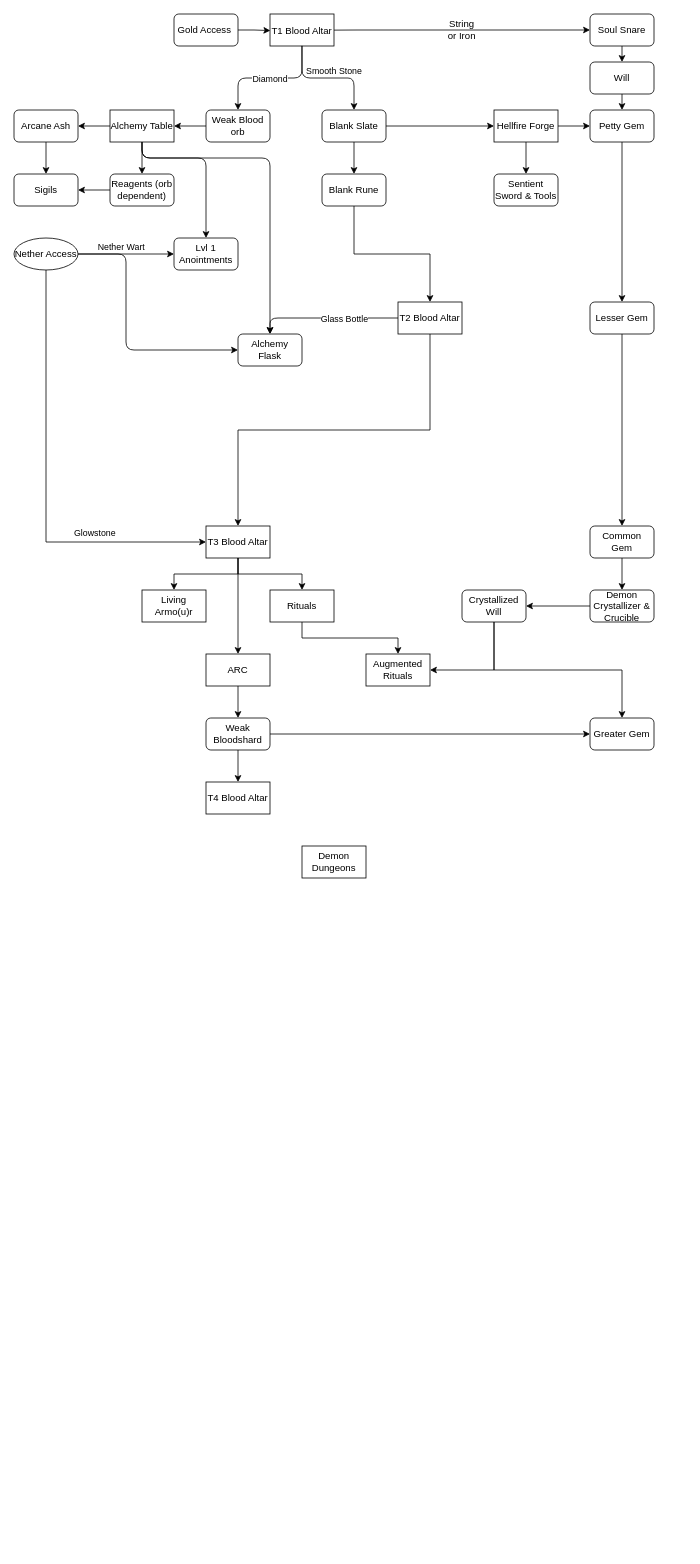
WayofTime/BloodMagic keeps this draw.io diagram as BM3 Progression.drawio. Above is the earlier version. Source tidied: cells renumbered, new cells numbered last; positions are measured from the earlier drawing's top-left corner, leaving out a move shared by most shapes. Both pictures are drawn from the tidied source at 80%, with x=0, y=0 at pixel (14, 14).
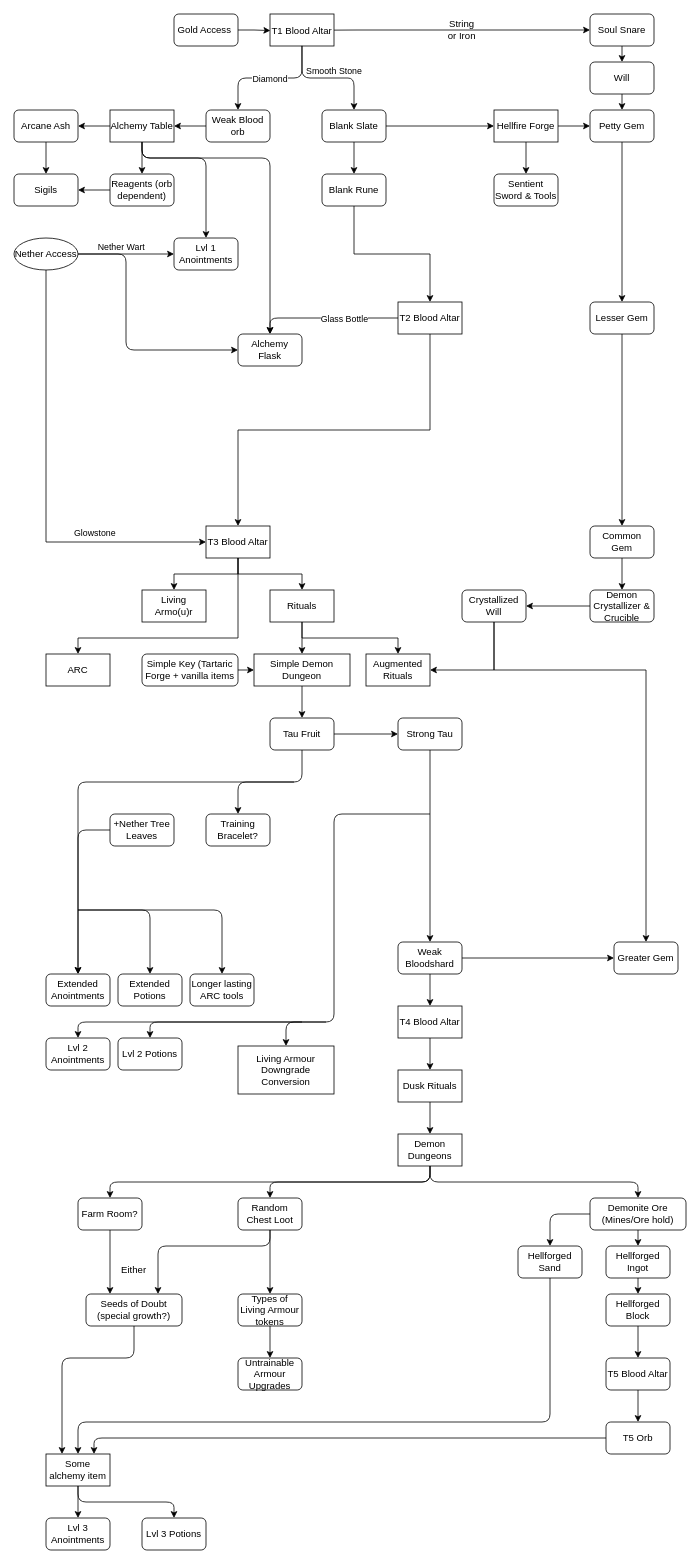
The same page after the edit.

The change refers to these unchanged cells:
```xml
<mxCell id="46" value="T3 Blood Altar" style="rounded=0;whiteSpace=wrap;html=1;glass=0;" parent="1" vertex="1">
  <mxGeometry x="240" y="640" width="80" height="40" as="geometry" />
</mxCell>
<mxCell id="59" value="Rituals" style="rounded=0;whiteSpace=wrap;html=1;glass=0;" parent="1" vertex="1">
  <mxGeometry x="320" y="720" width="80" height="40" as="geometry" />
</mxCell>
<mxCell id="65" value="Crystallized Will" style="rounded=1;whiteSpace=wrap;html=1;glass=0;" parent="1" vertex="1">
  <mxGeometry x="560" y="720" width="80" height="40" as="geometry" />
</mxCell>
```

The edit, as a diff of the source:
```diff
@@
     <mxCell id="45" style="edgeStyle=orthogonalEdgeStyle;rounded=0;jettySize=auto;html=1;exitX=0.5;exitY=1;exitDx=0;exitDy=0;entryX=0.5;entryY=0;entryDx=0;entryDy=0;" parent="1" edge="1" source="46" target="69">
-      <mxGeometry relative="1" as="geometry" />
+      <mxGeometry relative="1" as="geometry">
+        <Array as="points">
+          <mxPoint x="280" y="780" />
+          <mxPoint x="80" y="780" />
+        </Array>
+      </mxGeometry>
     </mxCell>
@@
     <mxCell id="64" style="edgeStyle=orthogonalEdgeStyle;rounded=0;jettySize=auto;html=1;exitX=0.5;exitY=1;exitDx=0;exitDy=0;entryX=0.5;entryY=0;entryDx=0;entryDy=0;" parent="1" edge="1" source="65" target="67">
       <mxGeometry relative="1" as="geometry">
         <Array as="points">
           <mxPoint x="600" y="820" />
-          <mxPoint x="760" y="820" />
+          <mxPoint x="790" y="820" />
         </Array>
       </mxGeometry>
     </mxCell>
@@
     <mxCell id="67" value="Greater Gem" style="rounded=1;whiteSpace=wrap;html=1;glass=0;" parent="1" vertex="1">
-      <mxGeometry x="720" y="880" width="80" height="40" as="geometry" />
+      <mxGeometry x="750" y="1160" width="80" height="40" as="geometry" />
     </mxCell>
-    <mxCell id="68" style="edgeStyle=orthogonalEdgeStyle;rounded=0;jettySize=auto;html=1;exitX=0.5;exitY=1;exitDx=0;exitDy=0;entryX=0.5;entryY=0;entryDx=0;entryDy=0;" parent="1" edge="1" source="69" target="72">
-      <mxGeometry relative="1" as="geometry" />
-    </mxCell>
     <mxCell id="69" value="ARC" style="rounded=0;whiteSpace=wrap;html=1;glass=0;" parent="1" vertex="1">
-      <mxGeometry x="240" y="800" width="80" height="40" as="geometry" />
+      <mxGeometry x="40" y="800" width="80" height="40" as="geometry" />
     </mxCell>
@@
     <mxCell id="72" value="Weak Bloodshard" style="rounded=1;whiteSpace=wrap;html=1;glass=0;" parent="1" vertex="1">
-      <mxGeometry x="240" y="880" width="80" height="40" as="geometry" />
+      <mxGeometry x="480" y="1160" width="80" height="40" as="geometry" />
     </mxCell>
+    <mxCell id="75" style="edgeStyle=orthogonalEdgeStyle;rounded=0;jettySize=auto;html=1;entryX=0.5;entryY=0;entryDx=0;entryDy=0;" parent="1" edge="1" source="73" target="81">
+      <mxGeometry relative="1" as="geometry" />
+    </mxCell>
     <mxCell id="73" value="T4 Blood Altar" style="rounded=0;whiteSpace=wrap;html=1;glass=0;" parent="1" vertex="1">
-      <mxGeometry x="240" y="960" width="80" height="40" as="geometry" />
+      <mxGeometry x="480" y="1240" width="80" height="40" as="geometry" />
     </mxCell>
     <mxCell id="74" value="Demon Dungeons" style="rounded=0;whiteSpace=wrap;html=1;glass=0;" parent="1" vertex="1">
-      <mxGeometry x="360" y="1040" width="80" height="40" as="geometry" />
+      <mxGeometry x="480" y="1400" width="80" height="40" as="geometry" />
     </mxCell>
+    <mxCell id="76" style="edgeStyle=orthogonalEdgeStyle;rounded=0;jettySize=auto;html=1;exitX=0.5;exitY=1;exitDx=0;exitDy=0;entryX=0.5;entryY=0;entryDx=0;entryDy=0;" parent="1" edge="1" source="77" target="80">
+      <mxGeometry relative="1" as="geometry" />
+    </mxCell>
+    <mxCell id="77" value="Simple Demon Dungeon" style="rounded=0;whiteSpace=wrap;html=1;" parent="1" vertex="1">
+      <mxGeometry x="300" y="800" width="120" height="40" as="geometry" />
+    </mxCell>
+    <mxCell id="78" style="endArrow=classic;html=1;exitX=0.5;exitY=1;exitDx=0;exitDy=0;entryX=0.5;entryY=0;entryDx=0;entryDy=0;" parent="1" edge="1" source="59" target="77">
+      <mxGeometry relative="1" as="geometry" />
+    </mxCell>
+    <mxCell id="79" style="edgeStyle=orthogonalEdgeStyle;rounded=0;jettySize=auto;html=1;exitX=1;exitY=0.5;exitDx=0;exitDy=0;entryX=0;entryY=0.5;entryDx=0;entryDy=0;" parent="1" edge="1" source="80" target="83">
+      <mxGeometry relative="1" as="geometry" />
+    </mxCell>
+    <mxCell id="80" value="Tau Fruit" style="rounded=1;whiteSpace=wrap;html=1;" parent="1" vertex="1">
+      <mxGeometry x="320" y="880" width="80" height="40" as="geometry" />
+    </mxCell>
+    <mxCell id="81" value="Dusk Rituals" style="rounded=0;whiteSpace=wrap;html=1;" parent="1" vertex="1">
+      <mxGeometry x="480" y="1320" width="80" height="40" as="geometry" />
+    </mxCell>
+    <mxCell id="82" style="edgeStyle=orthogonalEdgeStyle;rounded=0;jettySize=auto;html=1;exitX=0.5;exitY=1;exitDx=0;exitDy=0;entryX=0.5;entryY=0;entryDx=0;entryDy=0;" parent="1" edge="1" source="83" target="72">
+      <mxGeometry relative="1" as="geometry">
+        <Array as="points">
+          <mxPoint x="520" y="970" />
+          <mxPoint x="520" y="970" />
+        </Array>
+      </mxGeometry>
+    </mxCell>
+    <mxCell id="83" value="Strong Tau" style="rounded=1;whiteSpace=wrap;html=1;" parent="1" vertex="1">
+      <mxGeometry x="480" y="880" width="80" height="40" as="geometry" />
+    </mxCell>
+    <mxCell id="84" value="Extended Anointments" style="rounded=1;whiteSpace=wrap;html=1;" parent="1" vertex="1">
+      <mxGeometry x="40" y="1200" width="80" height="40" as="geometry" />
+    </mxCell>
+    <mxCell id="85" style="endArrow=classic;html=1;exitX=0.5;exitY=1;exitDx=0;exitDy=0;entryX=0.5;entryY=0;entryDx=0;entryDy=0;" parent="1" edge="1" source="80" target="84">
+      <mxGeometry relative="1" as="geometry">
+        <Array as="points">
+          <mxPoint x="360" y="960" />
+          <mxPoint x="80" y="960" />
+          <mxPoint x="80" y="1080" />
+        </Array>
+      </mxGeometry>
+    </mxCell>
+    <mxCell id="86" value="Longer lasting ARC tools" style="rounded=1;whiteSpace=wrap;html=1;" parent="1" vertex="1">
+      <mxGeometry x="220" y="1200" width="80" height="40" as="geometry" />
+    </mxCell>
+    <mxCell id="87" style="endArrow=classic;html=1;entryX=0.5;entryY=0;entryDx=0;entryDy=0;" parent="1" edge="1" target="86">
+      <mxGeometry relative="1" as="geometry">
+        <mxPoint x="80" y="1120" as="sourcePoint" />
+        <Array as="points">
+          <mxPoint x="140" y="1120" />
+          <mxPoint x="260" y="1120" />
+        </Array>
+      </mxGeometry>
+    </mxCell>
+    <mxCell id="88" value="Extended Potions" style="rounded=1;whiteSpace=wrap;html=1;" parent="1" vertex="1">
+      <mxGeometry x="130" y="1200" width="80" height="40" as="geometry" />
+    </mxCell>
+    <mxCell id="89" style="endArrow=classic;html=1;entryX=0.5;entryY=0;entryDx=0;entryDy=0;" parent="1" edge="1" target="88">
+      <mxGeometry relative="1" as="geometry">
+        <mxPoint x="80" y="1120" as="sourcePoint" />
+        <Array as="points">
+          <mxPoint x="170" y="1120" />
+        </Array>
+      </mxGeometry>
+    </mxCell>
+    <mxCell id="90" value="Lvl 2 Anointments" style="rounded=1;whiteSpace=wrap;html=1;" parent="1" vertex="1">
+      <mxGeometry x="40" y="1280" width="80" height="40" as="geometry" />
+    </mxCell>
+    <mxCell id="91" style="endArrow=classic;html=1;entryX=0.5;entryY=0;entryDx=0;entryDy=0;" parent="1" edge="1" target="90">
+      <mxGeometry relative="1" as="geometry">
+        <mxPoint x="520" y="1000" as="sourcePoint" />
+        <Array as="points">
+          <mxPoint x="400" y="1000" />
+          <mxPoint x="400" y="1260" />
+          <mxPoint x="80" y="1260" />
+        </Array>
+      </mxGeometry>
+    </mxCell>
+    <mxCell id="92" value="Lvl 2 Potions" style="rounded=1;whiteSpace=wrap;html=1;" parent="1" vertex="1">
+      <mxGeometry x="130" y="1280" width="80" height="40" as="geometry" />
+    </mxCell>
+    <mxCell id="93" style="endArrow=classic;html=1;entryX=0.5;entryY=0;entryDx=0;entryDy=0;" parent="1" edge="1" target="92">
+      <mxGeometry relative="1" as="geometry">
+        <mxPoint x="360" y="1260" as="sourcePoint" />
+        <Array as="points">
+          <mxPoint x="170" y="1260" />
+        </Array>
+      </mxGeometry>
+    </mxCell>
+    <mxCell id="94" value="+Nether Tree Leaves" style="rounded=1;whiteSpace=wrap;html=1;" parent="1" vertex="1">
+      <mxGeometry x="120" y="1000" width="80" height="40" as="geometry" />
+    </mxCell>
+    <mxCell id="95" style="endArrow=classic;html=1;exitX=0;exitY=0.5;exitDx=0;exitDy=0;" parent="1" edge="1" source="94">
+      <mxGeometry relative="1" as="geometry">
+        <mxPoint x="80" y="1200" as="targetPoint" />
+        <Array as="points">
+          <mxPoint x="80" y="1020" />
+        </Array>
+      </mxGeometry>
+    </mxCell>
+    <mxCell id="96" style="endArrow=classic;html=1;exitX=0.5;exitY=1;exitDx=0;exitDy=0;entryX=0.5;entryY=0;entryDx=0;entryDy=0;" parent="1" edge="1" source="81" target="74">
+      <mxGeometry relative="1" as="geometry" />
+    </mxCell>
+    <mxCell id="97" style="edgeStyle=orthogonalEdgeStyle;rounded=0;jettySize=auto;html=1;exitX=0.5;exitY=1;exitDx=0;exitDy=0;entryX=0.5;entryY=0;entryDx=0;entryDy=0;" parent="1" edge="1" source="98" target="113">
+      <mxGeometry relative="1" as="geometry" />
+    </mxCell>
+    <mxCell id="98" value="Hellforged Ingot" style="rounded=1;whiteSpace=wrap;html=1;" parent="1" vertex="1">
+      <mxGeometry x="740" y="1540" width="80" height="40" as="geometry" />
+    </mxCell>
+    <mxCell id="99" value="Demonite Ore (Mines/Ore hold)" style="rounded=1;whiteSpace=wrap;html=1;" parent="1" vertex="1">
+      <mxGeometry x="720" y="1480" width="120" height="40" as="geometry" />
+    </mxCell>
+    <mxCell id="100" style="endArrow=classic;html=1;exitX=0.5;exitY=1;exitDx=0;exitDy=0;entryX=0.5;entryY=0;entryDx=0;entryDy=0;" parent="1" edge="1" source="99" target="98">
+      <mxGeometry relative="1" as="geometry" />
+    </mxCell>
+    <mxCell id="101" value="Random Chest Loot" style="rounded=1;whiteSpace=wrap;html=1;" parent="1" vertex="1">
+      <mxGeometry x="280" y="1480" width="80" height="40" as="geometry" />
+    </mxCell>
+    <mxCell id="102" style="endArrow=classic;html=1;entryX=0.5;entryY=0;entryDx=0;entryDy=0;" parent="1" edge="1" target="101">
+      <mxGeometry relative="1" as="geometry">
+        <mxPoint x="520" y="1440" as="sourcePoint" />
+        <Array as="points">
+          <mxPoint x="520" y="1460" />
+          <mxPoint x="320" y="1460" />
+        </Array>
+      </mxGeometry>
+    </mxCell>
+    <mxCell id="103" style="edgeStyle=orthogonalEdgeStyle;rounded=0;jettySize=auto;html=1;exitX=1;exitY=0.5;exitDx=0;exitDy=0;entryX=0;entryY=0.5;entryDx=0;entryDy=0;" parent="1" edge="1" source="104" target="77">
+      <mxGeometry relative="1" as="geometry" />
+    </mxCell>
+    <mxCell id="104" value="Simple Key (Tartaric Forge + vanilla items" style="rounded=1;whiteSpace=wrap;html=1;" parent="1" vertex="1">
+      <mxGeometry x="160" y="800" width="120" height="40" as="geometry" />
+    </mxCell>
+    <mxCell id="105" style="endArrow=classic;html=1;exitX=0.5;exitY=1;exitDx=0;exitDy=0;entryX=0.5;entryY=0;entryDx=0;entryDy=0;" parent="1" edge="1" source="74" target="99">
+      <mxGeometry relative="1" as="geometry">
+        <Array as="points">
+          <mxPoint x="520" y="1460" />
+          <mxPoint x="780" y="1460" />
+        </Array>
+      </mxGeometry>
+    </mxCell>
+    <mxCell id="106" value="Farm Room?" style="rounded=1;whiteSpace=wrap;html=1;" parent="1" vertex="1">
+      <mxGeometry x="80" y="1480" width="80" height="40" as="geometry" />
+    </mxCell>
+    <mxCell id="107" style="endArrow=classic;html=1;entryX=0.5;entryY=0;entryDx=0;entryDy=0;" parent="1" edge="1" target="106">
+      <mxGeometry relative="1" as="geometry">
+        <mxPoint x="520" y="1440" as="sourcePoint" />
+        <Array as="points">
+          <mxPoint x="520" y="1460" />
+          <mxPoint x="120" y="1460" />
+        </Array>
+      </mxGeometry>
+    </mxCell>
+    <mxCell id="108" value="Seeds of Doubt (special growth?)" style="rounded=1;whiteSpace=wrap;html=1;" parent="1" vertex="1">
+      <mxGeometry x="90" y="1600" width="120" height="40" as="geometry" />
+    </mxCell>
+    <mxCell id="109" style="endArrow=classic;html=1;exitX=0.5;exitY=1;exitDx=0;exitDy=0;entryX=0.25;entryY=0;entryDx=0;entryDy=0;" parent="1" edge="1" source="106" target="108">
+      <mxGeometry relative="1" as="geometry">
+        <Array as="points">
+          <mxPoint x="120" y="1540" />
+        </Array>
+      </mxGeometry>
+    </mxCell>
+    <mxCell id="110" style="endArrow=classic;html=1;exitX=0.5;exitY=1;exitDx=0;exitDy=0;entryX=0.75;entryY=0;entryDx=0;entryDy=0;" parent="1" edge="1" source="101" target="108">
+      <mxGeometry relative="1" as="geometry">
+        <Array as="points">
+          <mxPoint x="320" y="1540" />
+          <mxPoint x="180" y="1540" />
+        </Array>
+      </mxGeometry>
+    </mxCell>
+    <mxCell id="111" value="Either" style="text;html=1;strokeColor=none;fillColor=none;align=center;verticalAlign=middle;whiteSpace=wrap;rounded=0;" parent="1" vertex="1">
+      <mxGeometry x="130" y="1560" width="40" height="20" as="geometry" />
+    </mxCell>
+    <mxCell id="112" style="edgeStyle=orthogonalEdgeStyle;rounded=0;jettySize=auto;html=1;exitX=0.5;exitY=1;exitDx=0;exitDy=0;entryX=0.5;entryY=0;entryDx=0;entryDy=0;" parent="1" edge="1" source="113" target="114">
+      <mxGeometry relative="1" as="geometry" />
+    </mxCell>
+    <mxCell id="113" value="Hellforged Block" style="rounded=1;whiteSpace=wrap;html=1;" parent="1" vertex="1">
+      <mxGeometry x="740" y="1600" width="80" height="40" as="geometry" />
+    </mxCell>
+    <mxCell id="114" value="T5 Blood Altar" style="rounded=1;whiteSpace=wrap;html=1;" parent="1" vertex="1">
+      <mxGeometry x="740" y="1680" width="80" height="40" as="geometry" />
+    </mxCell>
+    <mxCell id="115" value="Types of Living Armour tokens" style="rounded=1;whiteSpace=wrap;html=1;" parent="1" vertex="1">
+      <mxGeometry x="280" y="1600" width="80" height="40" as="geometry" />
+    </mxCell>
+    <mxCell id="116" style="endArrow=classic;html=1;" parent="1" edge="1">
+      <mxGeometry relative="1" as="geometry">
+        <mxPoint x="320" y="1520" as="sourcePoint" />
+        <mxPoint x="320" y="1600" as="targetPoint" />
+      </mxGeometry>
+    </mxCell>
+    <mxCell id="117" value="Living Armour Downgrade Conversion" style="rounded=0;whiteSpace=wrap;html=1;" parent="1" vertex="1">
+      <mxGeometry x="280" y="1290" width="120" height="60" as="geometry" />
+    </mxCell>
+    <mxCell id="118" style="endArrow=classic;html=1;entryX=0.5;entryY=0;entryDx=0;entryDy=0;" parent="1" edge="1" target="117">
+      <mxGeometry relative="1" as="geometry">
+        <mxPoint x="390" y="1260" as="sourcePoint" />
+        <Array as="points">
+          <mxPoint x="340" y="1260" />
+        </Array>
+      </mxGeometry>
+    </mxCell>
+    <mxCell id="119" value="Training Bracelet?" style="rounded=1;whiteSpace=wrap;html=1;" parent="1" vertex="1">
+      <mxGeometry x="240" y="1000" width="80" height="40" as="geometry" />
+    </mxCell>
+    <mxCell id="120" style="endArrow=classic;html=1;entryX=0.5;entryY=0;entryDx=0;entryDy=0;" parent="1" edge="1" target="119">
+      <mxGeometry relative="1" as="geometry">
+        <mxPoint x="350" y="960" as="sourcePoint" />
+        <Array as="points">
+          <mxPoint x="280" y="960" />
+        </Array>
+      </mxGeometry>
+    </mxCell>
+    <mxCell id="121" value="Untrainable Armour Upgrades" style="rounded=1;whiteSpace=wrap;html=1;" parent="1" vertex="1">
+      <mxGeometry x="280" y="1680" width="80" height="40" as="geometry" />
+    </mxCell>
+    <mxCell id="122" style="endArrow=classic;html=1;exitX=0.5;exitY=1;exitDx=0;exitDy=0;entryX=0.5;entryY=0;entryDx=0;entryDy=0;" parent="1" edge="1" source="115" target="121">
+      <mxGeometry relative="1" as="geometry" />
+    </mxCell>
+    <mxCell id="123" style="endArrow=classic;html=1;entryX=0.25;entryY=0;entryDx=0;entryDy=0;" parent="1" edge="1" target="131">
+      <mxGeometry relative="1" as="geometry">
+        <mxPoint x="150" y="1640" as="sourcePoint" />
+        <Array as="points">
+          <mxPoint x="150" y="1680" />
+          <mxPoint x="60" y="1680" />
+          <mxPoint x="60" y="1760" />
+        </Array>
+      </mxGeometry>
+    </mxCell>
+    <mxCell id="124" value="T5 Orb" style="rounded=1;whiteSpace=wrap;html=1;" parent="1" vertex="1">
+      <mxGeometry x="740" y="1760" width="80" height="40" as="geometry" />
+    </mxCell>
+    <mxCell id="125" style="endArrow=classic;html=1;exitX=0.5;exitY=1;exitDx=0;exitDy=0;entryX=0.5;entryY=0;entryDx=0;entryDy=0;" parent="1" edge="1" source="114" target="124">
+      <mxGeometry relative="1" as="geometry" />
+    </mxCell>
+    <mxCell id="126" style="endArrow=classic;html=1;exitX=0;exitY=0.5;exitDx=0;exitDy=0;entryX=0.75;entryY=0;entryDx=0;entryDy=0;" parent="1" edge="1" source="124" target="131">
+      <mxGeometry relative="1" as="geometry">
+        <Array as="points">
+          <mxPoint x="100" y="1780" />
+        </Array>
+      </mxGeometry>
+    </mxCell>
+    <mxCell id="127" style="endArrow=classic;html=1;entryX=0.5;entryY=0;entryDx=0;entryDy=0;exitX=0.5;exitY=1;exitDx=0;exitDy=0;" parent="1" edge="1" source="128" target="131">
+      <mxGeometry relative="1" as="geometry">
+        <Array as="points">
+          <mxPoint x="670" y="1760" />
+          <mxPoint x="80" y="1760" />
+        </Array>
+      </mxGeometry>
+    </mxCell>
+    <mxCell id="128" value="Hellforged Sand" style="rounded=1;whiteSpace=wrap;html=1;" parent="1" vertex="1">
+      <mxGeometry x="630" y="1540" width="80" height="40" as="geometry" />
+    </mxCell>
+    <mxCell id="129" style="endArrow=classic;html=1;exitX=0;exitY=0.5;exitDx=0;exitDy=0;entryX=0.5;entryY=0;entryDx=0;entryDy=0;" parent="1" edge="1" source="99" target="128">
+      <mxGeometry relative="1" as="geometry">
+        <Array as="points">
+          <mxPoint x="670" y="1500" />
+        </Array>
+      </mxGeometry>
+    </mxCell>
+    <mxCell id="130" value="Lvl 3 Anointments" style="rounded=1;whiteSpace=wrap;html=1;" parent="1" vertex="1">
+      <mxGeometry x="40" y="1880" width="80" height="40" as="geometry" />
+    </mxCell>
+    <mxCell id="131" value="Some alchemy item" style="rounded=0;whiteSpace=wrap;html=1;" parent="1" vertex="1">
+      <mxGeometry x="40" y="1800" width="80" height="40" as="geometry" />
+    </mxCell>
+    <mxCell id="132" style="endArrow=classic;html=1;exitX=0.5;exitY=1;exitDx=0;exitDy=0;" parent="1" edge="1" source="131">
+      <mxGeometry relative="1" as="geometry">
+        <mxPoint x="80" y="1880" as="targetPoint" />
+      </mxGeometry>
+    </mxCell>
+    <mxCell id="133" value="Lvl 3 Potions" style="rounded=1;whiteSpace=wrap;html=1;" parent="1" vertex="1">
+      <mxGeometry x="160" y="1880" width="80" height="40" as="geometry" />
+    </mxCell>
+    <mxCell id="134" style="endArrow=classic;html=1;exitX=0.5;exitY=1;exitDx=0;exitDy=0;entryX=0.5;entryY=0;entryDx=0;entryDy=0;" parent="1" edge="1" source="131" target="133">
+      <mxGeometry relative="1" as="geometry">
+        <Array as="points">
+          <mxPoint x="80" y="1860" />
+          <mxPoint x="200" y="1860" />
+        </Array>
+      </mxGeometry>
+    </mxCell>
```
